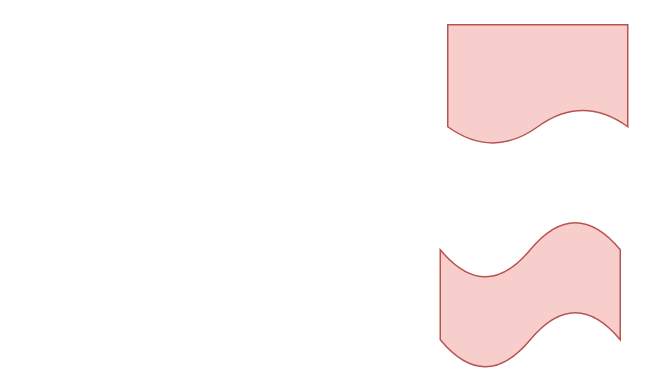
This is Untitled Diagram.drawio from m-mohamedin/ashrafteleb.github.io, a draw.io file, before an edit. Source tidied: cells renumbered, new cells numbered last; positions are measured from the earlier drawing's top-left corner, leaving out a move shared by most shapes. Both pictures are drawn from the tidied source at 150%, with x=0, y=0 at pixel (440, 24).
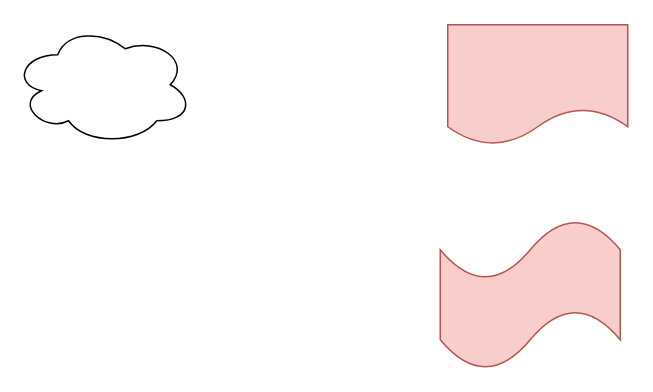
The same diagram, later.

What changed in the source:
```diff
@@
 <mxGraphModel>
   <root>
     <mxCell id="0" />
     <mxCell id="1" parent="0" />
     <mxCell id="2" style="shape=tape;whiteSpace=wrap;html=1;fillColor=#f8cecc;strokeColor=#b85450;" parent="1" vertex="1">
       <mxGeometry y="130" width="120" height="100" as="geometry" />
     </mxCell>
     <mxCell id="3" style="shape=document;whiteSpace=wrap;html=1;boundedLbl=1;fillColor=#f8cecc;strokeColor=#b85450;" parent="1" vertex="1">
       <mxGeometry x="5" width="120" height="80" as="geometry" />
     </mxCell>
+    <mxCell id="4" style="ellipse;shape=cloud;whiteSpace=wrap;html=1;" parent="1" vertex="1">
+      <mxGeometry x="-285" width="120" height="80" as="geometry" />
+    </mxCell>
   </root>
 </mxGraphModel>
```
